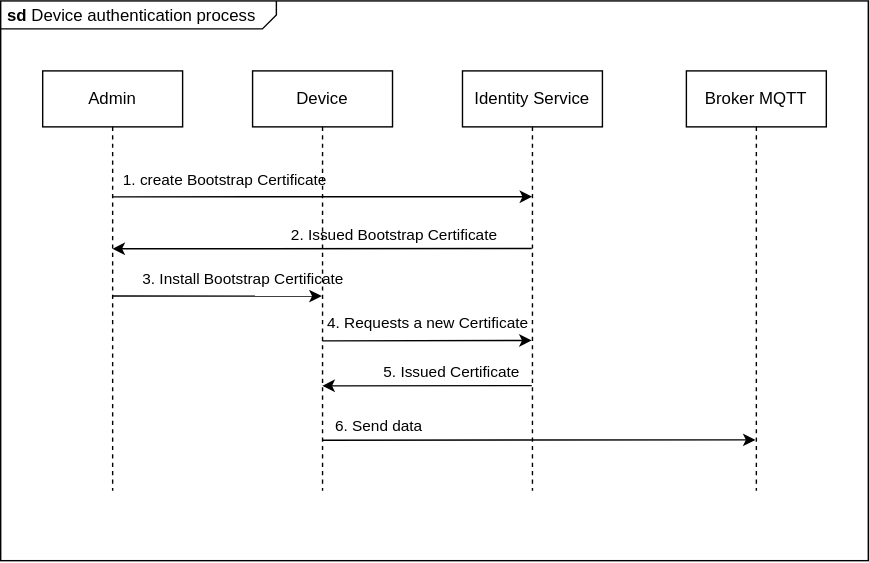
This is docs/device-authentication/images/device-authentication-flow.svg from diogocerqueiralima/vehicle-tracker, a draw.io export, as it was before one commit. Source tidied: cells renumbered, new cells last; positions are measured from the earlier drawing's top-left corner, leaving out a move shared by most shapes. Source of this version:
```xml
<mxGraphModel>
  <root>
    <mxCell id="0" />
    <mxCell id="1" parent="0" />
    <mxCell id="2" value="&lt;p style=&quot;margin:0px;margin-top:4px;margin-left:5px;text-align:left;&quot;&gt;&lt;b&gt;sd&lt;/b&gt;&amp;nbsp;Device authentication process&lt;/p&gt;" style="html=1;shape=mxgraph.sysml.package;overflow=fill;labelX=197.09;align=left;spacingLeft=5;verticalAlign=top;spacingTop=-3;fillColor=none;" parent="1" vertex="1">
      <mxGeometry width="620" height="400" as="geometry" />
    </mxCell>
    <mxCell id="3" style="edgeStyle=elbowEdgeStyle;rounded=0;orthogonalLoop=1;jettySize=auto;html=1;elbow=vertical;curved=0;" parent="1" edge="1">
      <mxGeometry relative="1" as="geometry">
        <mxPoint x="80.2" y="140" as="sourcePoint" />
        <mxPoint x="379.8" y="140" as="targetPoint" />
      </mxGeometry>
    </mxCell>
    <mxCell id="4" value="1. create Bootstrap Certificate" style="edgeLabel;html=1;align=center;verticalAlign=middle;labelBackgroundColor=none;" parent="3" vertex="1">
      <mxGeometry x="-0.65" y="-1" relative="1" as="geometry">
        <mxPoint x="28" y="-13" as="offset" />
      </mxGeometry>
    </mxCell>
    <mxCell id="5" style="edgeStyle=elbowEdgeStyle;rounded=0;orthogonalLoop=1;jettySize=auto;html=1;elbow=vertical;curved=0;" parent="1" edge="1">
      <mxGeometry relative="1" as="geometry">
        <mxPoint x="79.8" y="210.9" as="sourcePoint" />
        <mxPoint x="229.5" y="210.9" as="targetPoint" />
      </mxGeometry>
    </mxCell>
    <mxCell id="6" value="3. Install Bootstrap Certificate" style="edgeLabel;html=1;align=center;verticalAlign=middle;labelBackgroundColor=none;" parent="5" vertex="1">
      <mxGeometry x="-0.59" y="3" relative="1" as="geometry">
        <mxPoint x="62" y="-9" as="offset" />
      </mxGeometry>
    </mxCell>
    <mxCell id="7" value="Admin" style="shape=umlLifeline;perimeter=lifelinePerimeter;whiteSpace=wrap;html=1;newEdgeStyle={&quot;edgeStyle&quot;:&quot;elbowEdgeStyle&quot;,&quot;elbow&quot;:&quot;vertical&quot;,&quot;curved&quot;:0,&quot;rounded&quot;:0};fillColor=none;" parent="1" vertex="1">
      <mxGeometry x="30" y="50" width="100" height="300" as="geometry" />
    </mxCell>
    <mxCell id="8" style="edgeStyle=elbowEdgeStyle;rounded=0;orthogonalLoop=1;jettySize=auto;html=1;elbow=vertical;curved=0;" parent="1" edge="1">
      <mxGeometry relative="1" as="geometry">
        <mxPoint x="229.8" y="242.9" as="sourcePoint" />
        <mxPoint x="379.5" y="242.9" as="targetPoint" />
      </mxGeometry>
    </mxCell>
    <mxCell id="9" value="4. Requests a new Certificate" style="edgeLabel;html=1;align=center;verticalAlign=middle;labelBackgroundColor=none;" parent="8" vertex="1">
      <mxGeometry x="-0.68" relative="1" as="geometry">
        <mxPoint x="52" y="-13" as="offset" />
      </mxGeometry>
    </mxCell>
    <mxCell id="10" style="edgeStyle=elbowEdgeStyle;rounded=0;orthogonalLoop=1;jettySize=auto;html=1;elbow=vertical;curved=0;" parent="1" edge="1">
      <mxGeometry relative="1" as="geometry">
        <mxPoint x="229.8" y="313.9" as="sourcePoint" />
        <mxPoint x="539.5" y="313.9" as="targetPoint" />
      </mxGeometry>
    </mxCell>
    <mxCell id="11" value="6. Send data" style="edgeLabel;html=1;align=center;verticalAlign=middle;labelBackgroundColor=none;" parent="10" vertex="1">
      <mxGeometry x="-0.79" y="-2" relative="1" as="geometry">
        <mxPoint x="8" y="-12" as="offset" />
      </mxGeometry>
    </mxCell>
    <mxCell id="12" value="Device" style="shape=umlLifeline;perimeter=lifelinePerimeter;whiteSpace=wrap;html=1;newEdgeStyle={&quot;edgeStyle&quot;:&quot;elbowEdgeStyle&quot;,&quot;elbow&quot;:&quot;vertical&quot;,&quot;curved&quot;:0,&quot;rounded&quot;:0};fillColor=none;" parent="1" vertex="1">
      <mxGeometry x="180" y="50" width="100" height="300" as="geometry" />
    </mxCell>
    <mxCell id="13" style="edgeStyle=elbowEdgeStyle;rounded=0;orthogonalLoop=1;jettySize=auto;html=1;elbow=vertical;curved=0;" parent="1" edge="1">
      <mxGeometry relative="1" as="geometry">
        <mxPoint x="379.5" y="176.9" as="sourcePoint" />
        <mxPoint x="79.8" y="176.9" as="targetPoint" />
      </mxGeometry>
    </mxCell>
    <mxCell id="14" value="2. Issued Bootstrap Certificate" style="edgeLabel;html=1;align=center;verticalAlign=middle;labelBackgroundColor=none;" parent="13" vertex="1">
      <mxGeometry x="0.56" y="1" relative="1" as="geometry">
        <mxPoint x="135" y="-11" as="offset" />
      </mxGeometry>
    </mxCell>
    <mxCell id="15" style="edgeStyle=elbowEdgeStyle;rounded=0;orthogonalLoop=1;jettySize=auto;html=1;elbow=vertical;curved=0;" parent="1" edge="1">
      <mxGeometry relative="1" as="geometry">
        <mxPoint x="379.5" y="274.9" as="sourcePoint" />
        <mxPoint x="229.8" y="274.9" as="targetPoint" />
      </mxGeometry>
    </mxCell>
    <mxCell id="16" value="5. Issued Certificate" style="edgeLabel;html=1;align=center;verticalAlign=middle;labelBackgroundColor=none;" parent="15" vertex="1">
      <mxGeometry x="0.2" relative="1" as="geometry">
        <mxPoint x="32" y="-10" as="offset" />
      </mxGeometry>
    </mxCell>
    <mxCell id="17" value="Identity Service" style="shape=umlLifeline;perimeter=lifelinePerimeter;whiteSpace=wrap;html=1;newEdgeStyle={&quot;edgeStyle&quot;:&quot;elbowEdgeStyle&quot;,&quot;elbow&quot;:&quot;vertical&quot;,&quot;curved&quot;:0,&quot;rounded&quot;:0};fillColor=none;" parent="1" vertex="1">
      <mxGeometry x="330" y="50" width="100" height="300" as="geometry" />
    </mxCell>
    <mxCell id="18" value="Broker MQTT" style="shape=umlLifeline;perimeter=lifelinePerimeter;whiteSpace=wrap;html=1;newEdgeStyle={&quot;edgeStyle&quot;:&quot;elbowEdgeStyle&quot;,&quot;elbow&quot;:&quot;vertical&quot;,&quot;curved&quot;:0,&quot;rounded&quot;:0};fillColor=none;" parent="1" vertex="1">
      <mxGeometry x="490" y="50" width="100" height="300" as="geometry" />
    </mxCell>
  </root>
</mxGraphModel>
```
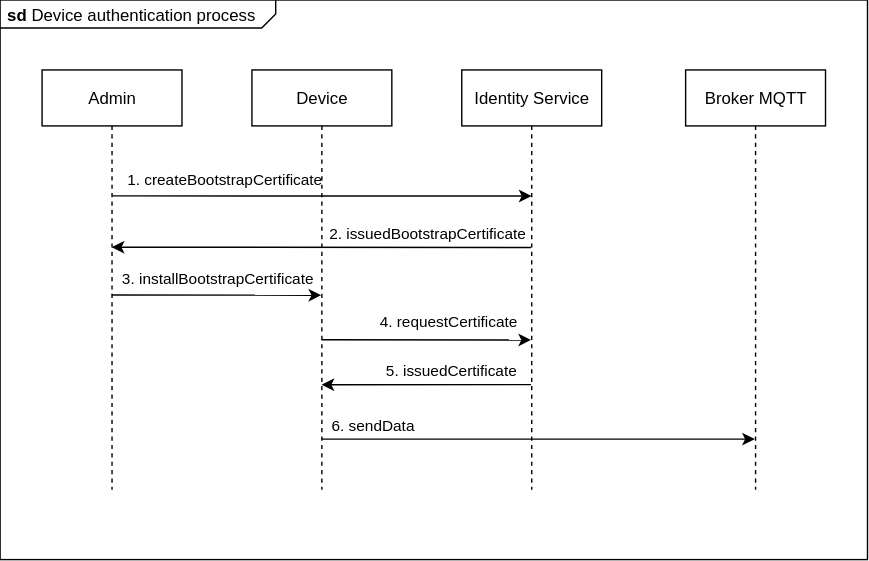
After the change.

Commit message:
docs: add bootstrap certificate lifecycle

Diff of the diagram source:
```diff
@@ -11,7 +11,7 @@
         <mxPoint x="379.8" y="140" as="targetPoint" />
       </mxGeometry>
     </mxCell>
-    <mxCell id="4" value="1. create Bootstrap Certificate" style="edgeLabel;html=1;align=center;verticalAlign=middle;labelBackgroundColor=none;" parent="3" vertex="1">
+    <mxCell id="4" value="1. createBootstrapCertificate" style="edgeLabel;html=1;align=center;verticalAlign=middle;labelBackgroundColor=none;" parent="3" vertex="1">
       <mxGeometry x="-0.65" y="-1" relative="1" as="geometry">
         <mxPoint x="28" y="-13" as="offset" />
       </mxGeometry>
@@ -22,9 +22,9 @@
         <mxPoint x="229.5" y="210.9" as="targetPoint" />
       </mxGeometry>
     </mxCell>
-    <mxCell id="6" value="3. Install Bootstrap Certificate" style="edgeLabel;html=1;align=center;verticalAlign=middle;labelBackgroundColor=none;" parent="5" vertex="1">
+    <mxCell id="6" value="3. installBootstrapCertificate" style="edgeLabel;html=1;align=center;verticalAlign=middle;labelBackgroundColor=none;" parent="5" vertex="1">
       <mxGeometry x="-0.59" y="3" relative="1" as="geometry">
-        <mxPoint x="62" y="-9" as="offset" />
+        <mxPoint x="44" y="-9" as="offset" />
       </mxGeometry>
     </mxCell>
     <mxCell id="7" value="Admin" style="shape=umlLifeline;perimeter=lifelinePerimeter;whiteSpace=wrap;html=1;newEdgeStyle={&quot;edgeStyle&quot;:&quot;elbowEdgeStyle&quot;,&quot;elbow&quot;:&quot;vertical&quot;,&quot;curved&quot;:0,&quot;rounded&quot;:0};fillColor=none;" parent="1" vertex="1">
@@ -36,9 +36,9 @@
         <mxPoint x="379.5" y="242.9" as="targetPoint" />
       </mxGeometry>
     </mxCell>
-    <mxCell id="9" value="4. Requests a new Certificate" style="edgeLabel;html=1;align=center;verticalAlign=middle;labelBackgroundColor=none;" parent="8" vertex="1">
+    <mxCell id="9" value="4. requestCertificate" style="edgeLabel;html=1;align=center;verticalAlign=middle;labelBackgroundColor=none;" parent="8" vertex="1">
       <mxGeometry x="-0.68" relative="1" as="geometry">
-        <mxPoint x="52" y="-13" as="offset" />
+        <mxPoint x="66" y="-13" as="offset" />
       </mxGeometry>
     </mxCell>
     <mxCell id="10" style="edgeStyle=elbowEdgeStyle;rounded=0;orthogonalLoop=1;jettySize=auto;html=1;elbow=vertical;curved=0;" parent="1" edge="1">
@@ -47,9 +47,9 @@
         <mxPoint x="539.5" y="313.9" as="targetPoint" />
       </mxGeometry>
     </mxCell>
-    <mxCell id="11" value="6. Send data" style="edgeLabel;html=1;align=center;verticalAlign=middle;labelBackgroundColor=none;" parent="10" vertex="1">
+    <mxCell id="11" value="6. sendData" style="edgeLabel;html=1;align=center;verticalAlign=middle;labelBackgroundColor=none;" parent="10" vertex="1">
       <mxGeometry x="-0.79" y="-2" relative="1" as="geometry">
-        <mxPoint x="8" y="-12" as="offset" />
+        <mxPoint x="3" y="-12" as="offset" />
       </mxGeometry>
     </mxCell>
     <mxCell id="12" value="Device" style="shape=umlLifeline;perimeter=lifelinePerimeter;whiteSpace=wrap;html=1;newEdgeStyle={&quot;edgeStyle&quot;:&quot;elbowEdgeStyle&quot;,&quot;elbow&quot;:&quot;vertical&quot;,&quot;curved&quot;:0,&quot;rounded&quot;:0};fillColor=none;" parent="1" vertex="1">
@@ -61,9 +61,9 @@
         <mxPoint x="79.8" y="176.9" as="targetPoint" />
       </mxGeometry>
     </mxCell>
-    <mxCell id="14" value="2. Issued Bootstrap Certificate" style="edgeLabel;html=1;align=center;verticalAlign=middle;labelBackgroundColor=none;" parent="13" vertex="1">
+    <mxCell id="14" value="2. issuedBootstrapCertificate" style="edgeLabel;html=1;align=center;verticalAlign=middle;labelBackgroundColor=none;" parent="13" vertex="1">
       <mxGeometry x="0.56" y="1" relative="1" as="geometry">
-        <mxPoint x="135" y="-11" as="offset" />
+        <mxPoint x="160" y="-11" as="offset" />
       </mxGeometry>
     </mxCell>
     <mxCell id="15" style="edgeStyle=elbowEdgeStyle;rounded=0;orthogonalLoop=1;jettySize=auto;html=1;elbow=vertical;curved=0;" parent="1" edge="1">
@@ -72,7 +72,7 @@
         <mxPoint x="229.8" y="274.9" as="targetPoint" />
       </mxGeometry>
     </mxCell>
-    <mxCell id="16" value="5. Issued Certificate" style="edgeLabel;html=1;align=center;verticalAlign=middle;labelBackgroundColor=none;" parent="15" vertex="1">
+    <mxCell id="16" value="5. issuedCertificate" style="edgeLabel;html=1;align=center;verticalAlign=middle;labelBackgroundColor=none;" parent="15" vertex="1">
       <mxGeometry x="0.2" relative="1" as="geometry">
         <mxPoint x="32" y="-10" as="offset" />
       </mxGeometry>
```
